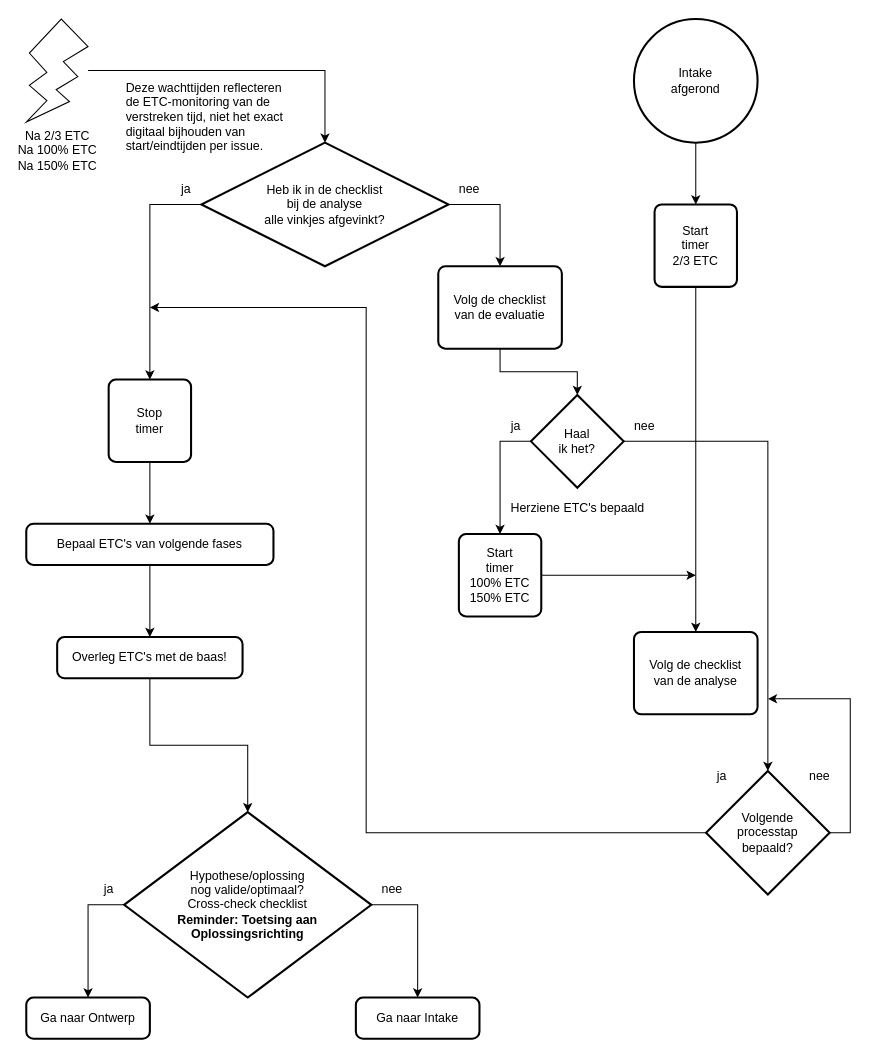
Earlier version of the draw.io diagram 2 Issue Tracker analyse.drawio (Zaibatsu89/IssueTracker). Source tidied: cells renumbered, new cells numbered last; positions are measured from the earlier drawing's top-left corner, leaving out a move shared by most shapes. Both pictures are drawn from the tidied source at 103%, with x=0, y=0 at pixel (26, 19).
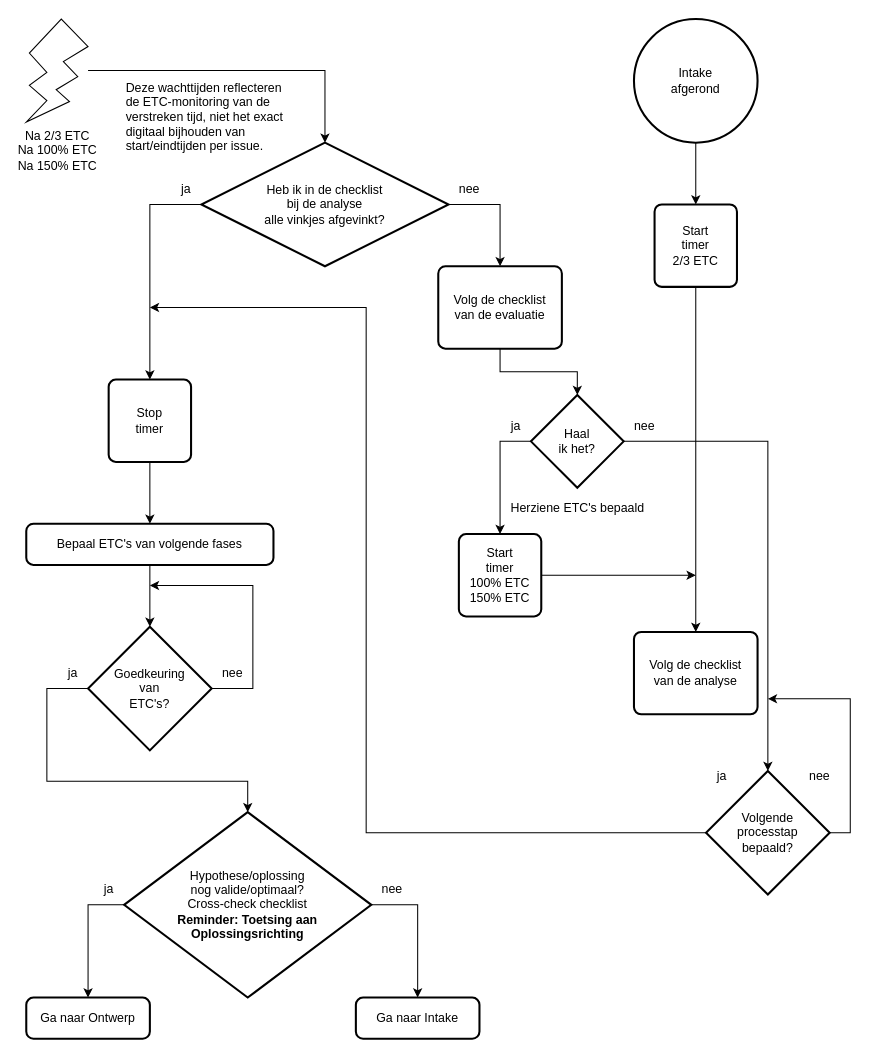
After the change.

Commit message (it also covers changes not shown here):
Goedkeuring van oplossingsrichting en ETC? in intake flowchart

The change refers to these unchanged cells:
```xml
<mxCell id="12" value="Bepaal ETC's van volgende fases" style="rounded=1;whiteSpace=wrap;html=1;absoluteArcSize=1;arcSize=14;strokeWidth=2;" parent="1" vertex="1">
  <mxGeometry y="490" width="240" height="40" as="geometry" />
</mxCell>
<mxCell id="15" value="Hypothese/oplossing&lt;br&gt;nog valide/optimaal?&lt;br&gt;Cross-check checklist&lt;br&gt;&lt;b&gt;Reminder: Toetsing aan Oplossingsrichting&lt;/b&gt;" style="strokeWidth=2;html=1;shape=mxgraph.flowchart.decision;whiteSpace=wrap;" parent="1" vertex="1">
  <mxGeometry x="95" y="770" width="240" height="180" as="geometry" />
</mxCell>
```

What changed in the source:
```diff
@@
-    <mxCell id="10" value="Overleg ETC's met de baas!" style="rounded=1;whiteSpace=wrap;html=1;absoluteArcSize=1;arcSize=14;strokeWidth=2;" parent="1" vertex="1">
-      <mxGeometry x="30" y="600" width="180" height="40" as="geometry" />
-    </mxCell>
-    <mxCell id="11" style="edgeStyle=orthogonalEdgeStyle;rounded=0;jettySize=auto;html=1;exitX=0.5;exitY=1;exitDx=0;exitDy=0;entryX=0.5;entryY=0;entryDx=0;entryDy=0;" parent="1" edge="1" source="12" target="10">
-      <mxGeometry relative="1" as="geometry" />
-    </mxCell>
+    <mxCell id="43" style="edgeStyle=orthogonalEdgeStyle;rounded=0;jettySize=auto;html=1;" parent="1" edge="1" source="12" target="45">
+      <mxGeometry relative="1" as="geometry" />
+    </mxCell>
@@
-    <mxCell id="42" style="edgeStyle=orthogonalEdgeStyle;rounded=0;jettySize=auto;html=1;entryX=0.5;entryY=0;entryDx=0;entryDy=0;entryPerimeter=0;" parent="1" edge="1" source="10" target="15">
-      <mxGeometry relative="1" as="geometry" />
-    </mxCell>
+    <mxCell id="44" style="edgeStyle=orthogonalEdgeStyle;rounded=0;jettySize=auto;html=1;exitX=1;exitY=0.5;exitDx=0;exitDy=0;exitPerimeter=0;" parent="1" edge="1" source="45">
+      <mxGeometry relative="1" as="geometry">
+        <mxPoint x="120" y="550" as="targetPoint" />
+        <Array as="points">
+          <mxPoint x="220" y="650" />
+        </Array>
+      </mxGeometry>
+    </mxCell>
+    <mxCell id="45" value="Goedkeuring&lt;br&gt;van&lt;br&gt;ETC's?" style="strokeWidth=2;html=1;shape=mxgraph.flowchart.decision;whiteSpace=wrap;" parent="1" vertex="1">
+      <mxGeometry x="60" y="590" width="120" height="120" as="geometry" />
+    </mxCell>
+    <mxCell id="46" style="edgeStyle=orthogonalEdgeStyle;rounded=0;jettySize=auto;html=1;exitX=0;exitY=0.5;exitDx=0;exitDy=0;exitPerimeter=0;entryX=0.5;entryY=0;entryDx=0;entryDy=0;entryPerimeter=0;" parent="1" edge="1" source="45" target="15">
+      <mxGeometry relative="1" as="geometry">
+        <Array as="points">
+          <mxPoint x="20" y="650" />
+          <mxPoint x="20" y="740" />
+          <mxPoint x="215" y="740" />
+        </Array>
+      </mxGeometry>
+    </mxCell>
+    <mxCell id="47" value="ja" style="text;html=1;align=center;verticalAlign=middle;strokeColor=none;fillColor=none;" parent="1" vertex="1">
+      <mxGeometry x="30" y="620" width="30" height="30" as="geometry" />
+    </mxCell>
+    <mxCell id="48" value="nee" style="text;html=1;align=center;verticalAlign=middle;strokeColor=none;fillColor=none;" parent="1" vertex="1">
+      <mxGeometry x="180" y="620" width="40" height="30" as="geometry" />
+    </mxCell>
```
